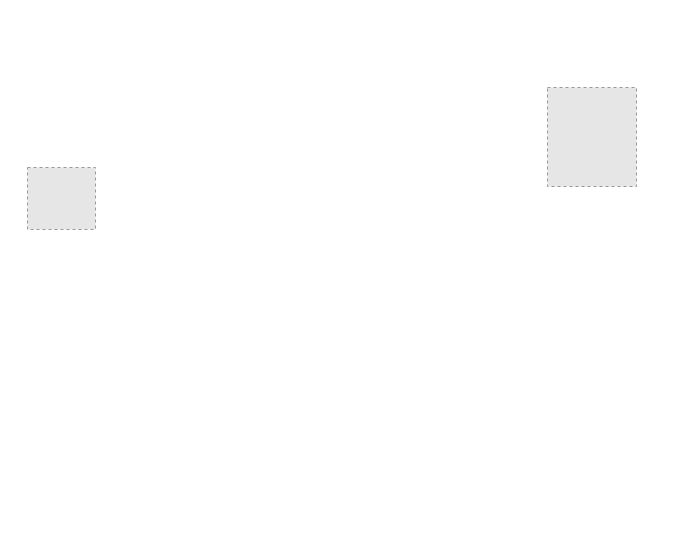
Above: Fuchsbau_Bestand.drawio in taxilof/FuchsbauHydraulik (draw.io), before the change. Source tidied: cells renumbered, new cells numbered last; positions are measured from the earlier drawing's top-left corner, leaving out a move shared by most shapes. Both pictures are drawn from the tidied source at 100%, with x=0, y=0 at pixel (27, 87). Pictures stored in the file or linked from it are replaced by grey dashed boxes.
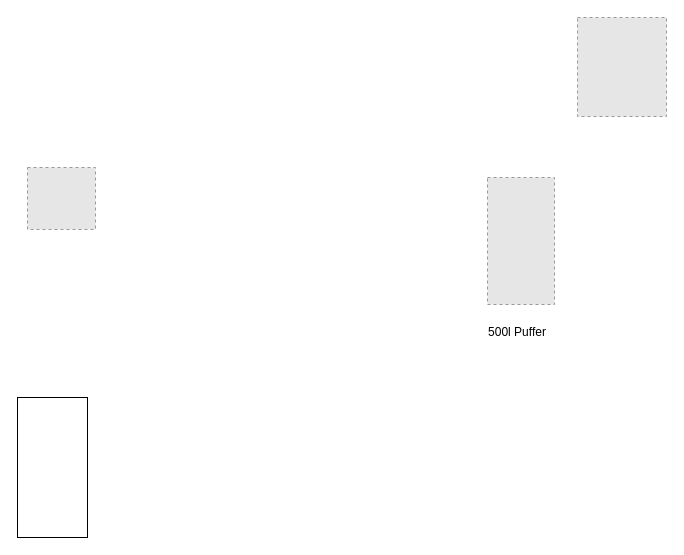
The same diagram, later.

The edit, as a diff of the source:
```diff
@@
 <mxGraphModel>
   <root>
     <mxCell id="0" />
     <mxCell id="1" parent="0" />
     <mxCell id="2" style="fillColor=#E6E6E6;strokeColor=#999999;dashed=1;verticalLabelPosition=bottom;labelBackgroundColor=default;verticalAlign=top;" parent="1" vertex="1">
-      <mxGeometry x="520" width="89" height="99" as="geometry" />
+      <mxGeometry x="550" y="-70" width="89" height="99" as="geometry" />
     </mxCell>
     <mxCell id="3" style="fillColor=#E6E6E6;strokeColor=#999999;dashed=1;verticalLabelPosition=bottom;labelBackgroundColor=default;verticalAlign=top;" parent="1" vertex="1">
       <mxGeometry y="80" width="68" height="62" as="geometry" />
     </mxCell>
+    <mxCell id="4" style="rounded=0;whiteSpace=wrap;html=1;" parent="1" vertex="1">
+      <mxGeometry x="-10" y="310" width="70" height="140" as="geometry" />
+    </mxCell>
+    <mxCell id="5" style="fillColor=#E6E6E6;strokeColor=#999999;dashed=1;verticalLabelPosition=bottom;labelBackgroundColor=default;verticalAlign=top;" parent="1" vertex="1">
+      <mxGeometry x="460" y="90" width="67" height="127" as="geometry" />
+    </mxCell>
+    <mxCell id="6" value="500l Puffer" style="text;html=1;align=center;verticalAlign=middle;whiteSpace=wrap;rounded=0;" parent="1" vertex="1">
+      <mxGeometry x="460" y="230" width="60" height="30" as="geometry" />
+    </mxCell>
   </root>
 </mxGraphModel>
```
